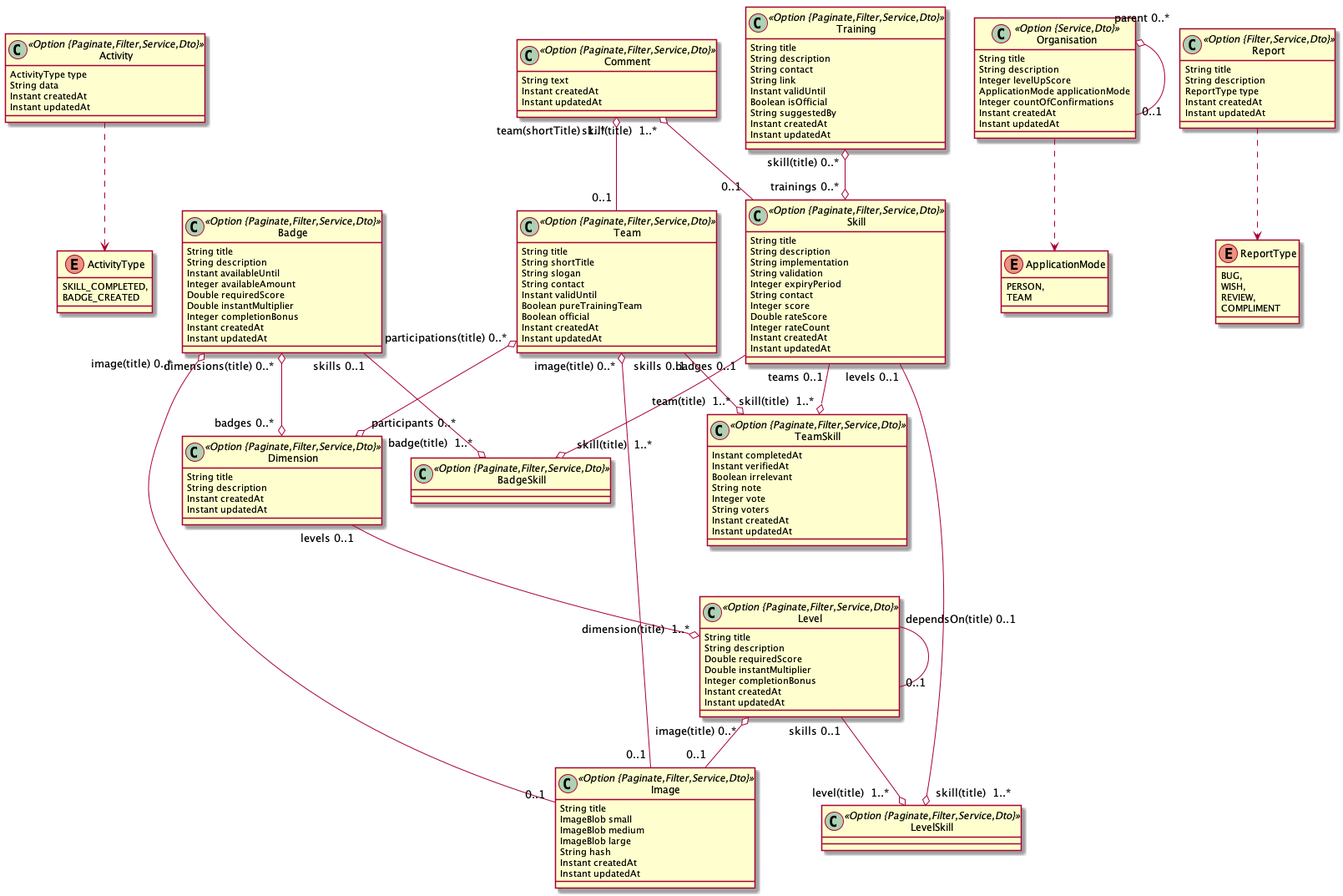
iteratec/TeamDojo keeps this PlantUML diagram as teamDojo.png. Above is the earlier version.
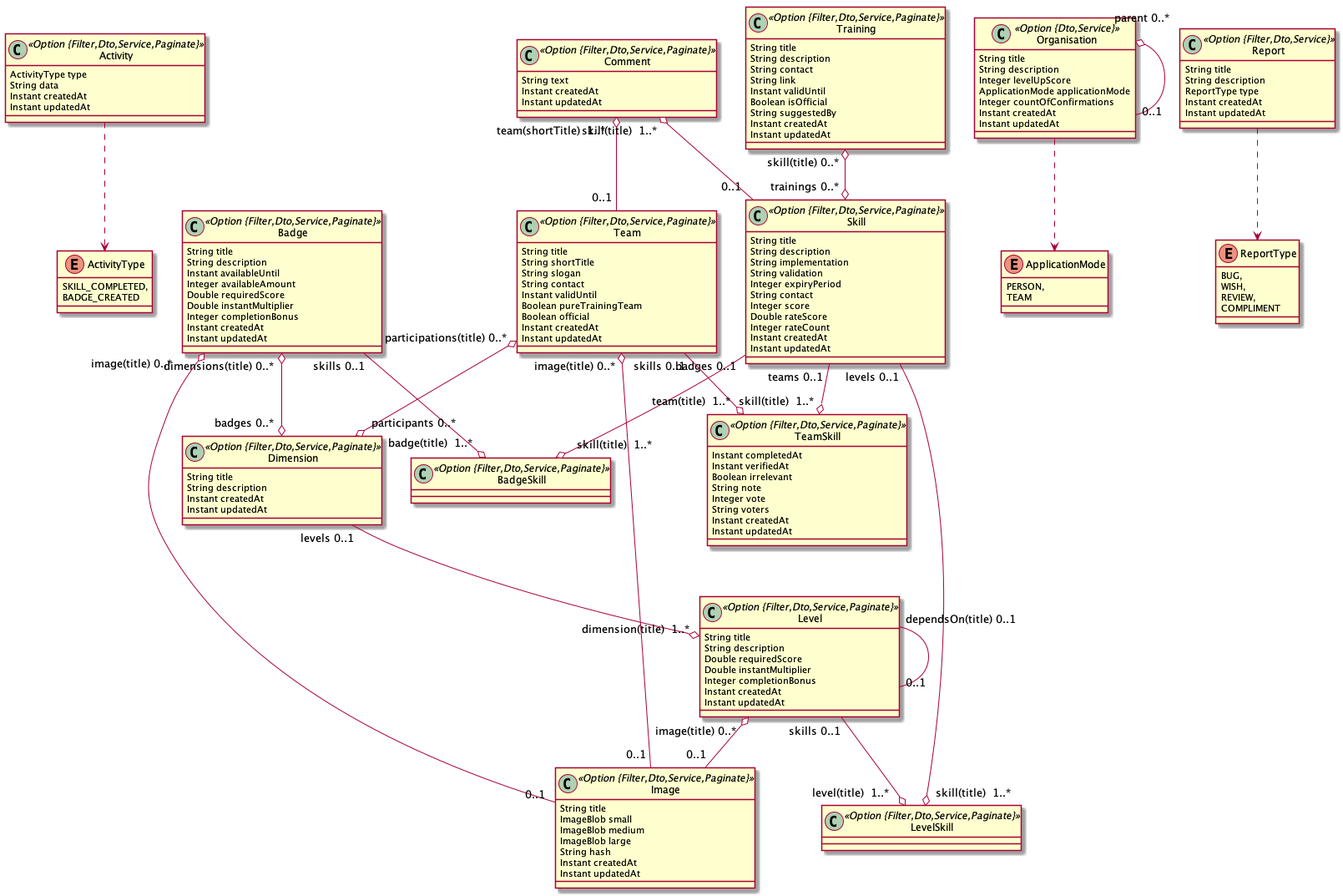
The same file after the commit.

What changed in the source:
```diff
@@ -1,13 +1,13 @@
 @startuml
 	!pragma syntax class
-	class Activity <<Option {Paginate,Filter,Service,Dto}>> {
+	class Activity <<Option {Filter,Dto,Service,Paginate}>> {
 		ActivityType type
 		String data
 		Instant createdAt
 		Instant updatedAt
 	}
 	Activity ..> ActivityType
-	class Badge <<Option {Paginate,Filter,Service,Dto}>> {
+	class Badge <<Option {Filter,Dto,Service,Paginate}>> {
 		String title
 		String description
 		Instant availableUntil
@@ -18,20 +18,20 @@
 		Instant createdAt
 		Instant updatedAt
 	}
-	class BadgeSkill <<Option {Paginate,Filter,Service,Dto}>> {
+	class BadgeSkill <<Option {Filter,Dto,Service,Paginate}>> {
 	}
-	class Comment <<Option {Paginate,Filter,Service,Dto}>> {
+	class Comment <<Option {Filter,Dto,Service,Paginate}>> {
 		String text
 		Instant createdAt
 		Instant updatedAt
 	}
-	class Dimension <<Option {Paginate,Filter,Service,Dto}>> {
+	class Dimension <<Option {Filter,Dto,Service,Paginate}>> {
 		String title
 		String description
 		Instant createdAt
 		Instant updatedAt
 	}
-	class Image <<Option {Paginate,Filter,Service,Dto}>> {
+	class Image <<Option {Filter,Dto,Service,Paginate}>> {
 		String title
 		ImageBlob small
 		ImageBlob medium
@@ -40,7 +40,7 @@
 		Instant createdAt
 		Instant updatedAt
 	}
-	class Level <<Option {Paginate,Filter,Service,Dto}>> {
+	class Level <<Option {Filter,Dto,Service,Paginate}>> {
 		String title
 		String description
 		Double requiredScore
@@ -49,9 +49,9 @@
 		Instant createdAt
 		Instant updatedAt
 	}
-	class LevelSkill <<Option {Paginate,Filter,Service,Dto}>> {
+	class LevelSkill <<Option {Filter,Dto,Service,Paginate}>> {
 	}
-	class Organisation <<Option {Service,Dto}>> {
+	class Organisation <<Option {Dto,Service}>> {
 		String title
 		String description
 		Integer levelUpScore
@@ -61,7 +61,7 @@
 		Instant updatedAt
 	}
 	Organisation ..> ApplicationMode
-	class Report <<Option {Filter,Service,Dto}>> {
+	class Report <<Option {Filter,Dto,Service}>> {
 		String title
 		String description
 		ReportType type
@@ -69,7 +69,7 @@
 		Instant updatedAt
 	}
 	Report ..> ReportType
-	class Skill <<Option {Paginate,Filter,Service,Dto}>> {
+	class Skill <<Option {Filter,Dto,Service,Paginate}>> {
 		String title
 		String description
 		String implementation
@@ -82,7 +82,7 @@
 		Instant createdAt
 		Instant updatedAt
 	}
-	class Team <<Option {Paginate,Filter,Service,Dto}>> {
+	class Team <<Option {Filter,Dto,Service,Paginate}>> {
 		String title
 		String shortTitle
 		String slogan
@@ -93,7 +93,7 @@
 		Instant createdAt
 		Instant updatedAt
 	}
-	class TeamSkill <<Option {Paginate,Filter,Service,Dto}>> {
+	class TeamSkill <<Option {Filter,Dto,Service,Paginate}>> {
 		Instant completedAt
 		Instant verifiedAt
 		Boolean irrelevant
@@ -103,7 +103,7 @@
 		Instant createdAt
 		Instant updatedAt
 	}
-	class Training <<Option {Paginate,Filter,Service,Dto}>> {
+	class Training <<Option {Filter,Dto,Service,Paginate}>> {
 		String title
 		String description
 		String contact
```
